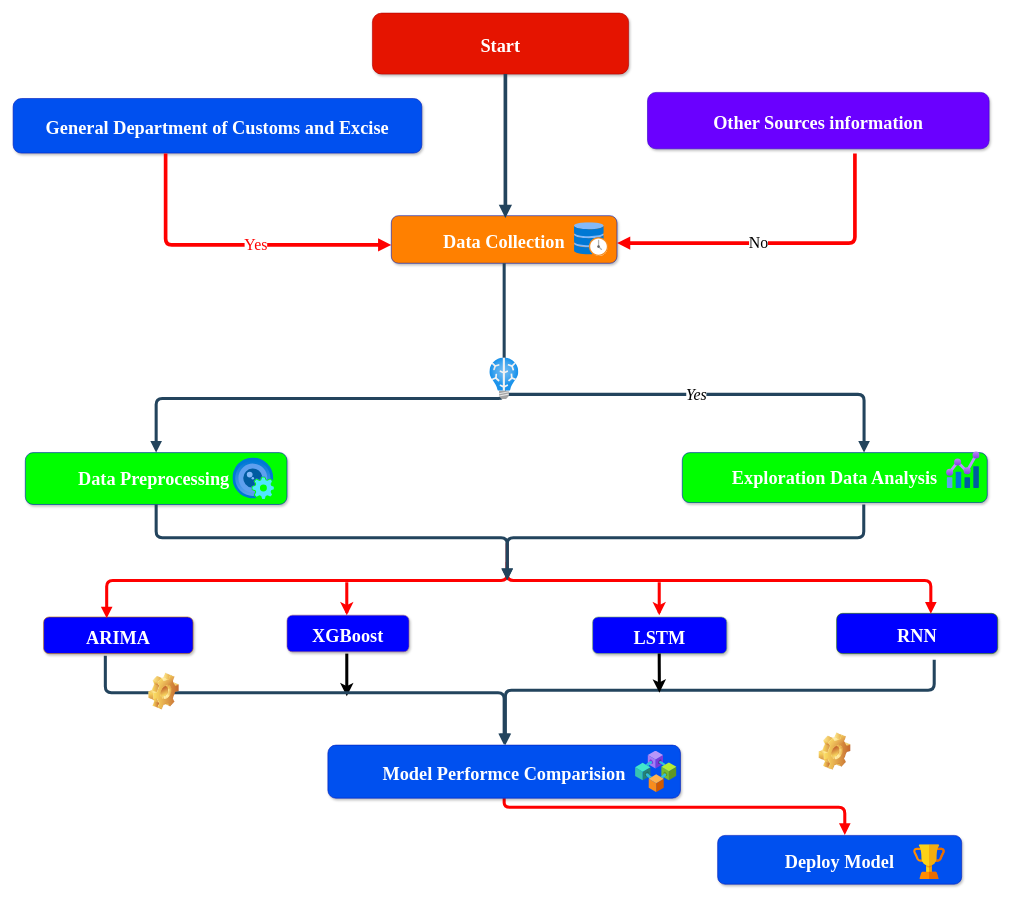
Danut168/Advertistiing-Bugdet-and-Sales keeps this draw.io diagram as page "Page-1" (1 of 3) of Untitled Diagram.drawio. Above is the earlier version. Source tidied: cells renumbered, new cells numbered last; positions are measured from the earlier drawing's top-left corner, leaving out a move shared by most shapes. Both pictures are drawn from the tidied source at 61%, with x=0, y=0 at pixel (13, 13).
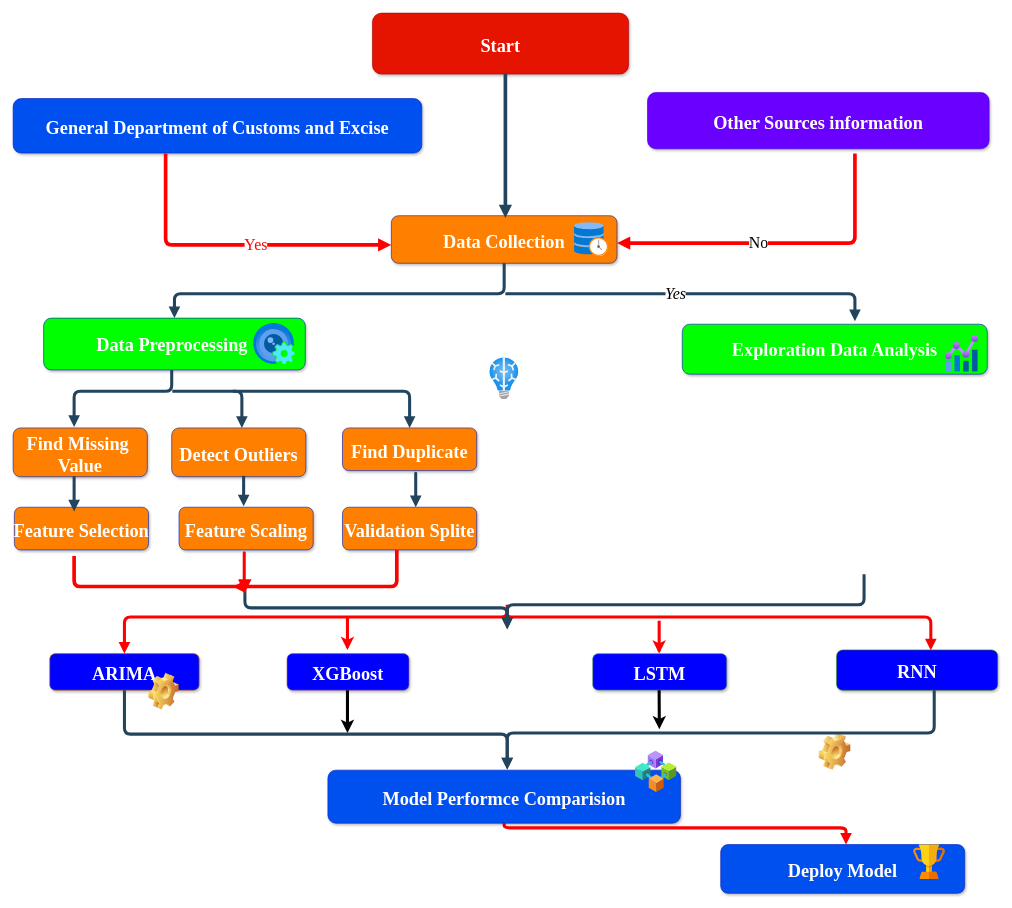
The same page after the edit.

The change refers to these unchanged cells:
```xml
<mxCell id="7" value="Data Collection" style="rounded=1;fillColor=#ff8000;strokeColor=#001DBC;shadow=1;fontStyle=1;fontColor=#ffffff;fontSize=30;fontFamily=Times New Roman;" parent="1" vertex="1">
  <mxGeometry x="620" y="332.1" width="370" height="78" as="geometry" />
</mxCell>
```

The edit, as a diff of the source:
```diff
@@
     <mxCell id="3" value="ARIMA" style="rounded=1;fillColor=#0000ff;strokeColor=#BD7000;shadow=1;fontStyle=1;fontColor=#ffffff;fontSize=30;fontFamily=Times New Roman;" parent="1" vertex="1">
-      <mxGeometry x="50" y="990" width="245" height="60" as="geometry" />
+      <mxGeometry x="60" y="1050" width="245" height="60" as="geometry" />
     </mxCell>
     <mxCell id="4" value="RNN" style="rounded=1;fillColor=#0000ff;strokeColor=#2D7600;shadow=1;fontStyle=1;fontColor=#ffffff;fontSize=30;fontFamily=Times New Roman;" parent="1" vertex="1">
-      <mxGeometry x="1350" y="984" width="264" height="66" as="geometry" />
+      <mxGeometry x="1350" y="1044" width="264" height="66" as="geometry" />
     </mxCell>
     <mxCell id="5" value="Deploy Model" style="rounded=1;fillColor=#0050ef;strokeColor=#001DBC;shadow=1;fontStyle=1;fontSize=30;fontFamily=Times New Roman;fontColor=#ffffff;" parent="1" vertex="1">
-      <mxGeometry x="1155" y="1348" width="400" height="80" as="geometry" />
+      <mxGeometry x="1160" y="1363" width="400" height="80" as="geometry" />
     </mxCell>
@@
-    <mxCell id="14" style="edgeStyle=elbowEdgeStyle;elbow=vertical;strokeWidth=5;endArrow=block;endFill=1;fontStyle=1;strokeColor=#ff0000;flowAnimation=1;entryX=0.422;entryY=0.035;entryDx=0;entryDy=0;entryPerimeter=0;" parent="1" edge="1" target="3">
+    <mxCell id="14" style="edgeStyle=elbowEdgeStyle;elbow=vertical;strokeWidth=5;endArrow=block;endFill=1;fontStyle=1;strokeColor=#ff0000;flowAnimation=1;entryX=0.5;entryY=0;entryDx=0;entryDy=0;" parent="1" edge="1" target="3">
       <mxGeometry x="22" y="165.5" as="geometry">
-        <mxPoint x="810" y="869" as="sourcePoint" />
+        <mxPoint x="810" y="970" as="sourcePoint" />
         <Array as="points">
-          <mxPoint x="480" y="930" />
+          <mxPoint x="500" y="990" />
         </Array>
       </mxGeometry>
     </mxCell>
     <mxCell id="15" style="edgeStyle=elbowEdgeStyle;elbow=vertical;strokeWidth=5;endArrow=block;endFill=1;fontStyle=1;strokeColor=#ff0000;flowAnimation=1;entryX=0.586;entryY=-0.009;entryDx=0;entryDy=0;entryPerimeter=0;exitX=0.5;exitY=1;exitDx=0;exitDy=0;" parent="1" edge="1" source="20">
       <mxGeometry x="22" y="165.5" as="geometry">
-        <mxPoint x="1363.4" y="1347.3" as="targetPoint" />
+        <mxPoint x="1365.4" y="1363" as="targetPoint" />
         <Array as="points">
-          <mxPoint x="913" y="1302" />
-          <mxPoint x="1034" y="1277" />
+          <mxPoint x="862" y="1335.7" />
+          <mxPoint x="915" y="1317.7" />
+          <mxPoint x="1036" y="1292.7" />
         </Array>
       </mxGeometry>
     </mxCell>
     <mxCell id="16" value="&lt;font style=&quot;font-size: 30px;&quot;&gt;Data Preprocessing&amp;nbsp;&lt;/font&gt;" style="whiteSpace=wrap;html=1;fontSize=25;fillColor=#00ff00;strokeColor=#001DBC;fontColor=#ffffff;rounded=1;shadow=1;fontStyle=1;fontFamily=Times New Roman;" parent="1" vertex="1">
-      <mxGeometry x="20" y="720.5" width="429" height="85" as="geometry" />
+      <mxGeometry x="50" y="500" width="429" height="85" as="geometry" />
     </mxCell>
     <mxCell id="17" value="XGBoost" style="rounded=1;fillColor=#0000ff;strokeColor=#996185;shadow=1;gradientColor=none;fontStyle=1;fontSize=30;fontFamily=Times New Roman;fontColor=#ffffff;" parent="1" vertex="1">
-      <mxGeometry x="449" y="987" width="200" height="60" as="geometry" />
+      <mxGeometry x="449" y="1050" width="200" height="60" as="geometry" />
     </mxCell>
     <mxCell id="18" value="LSTM" style="rounded=1;fillColor=#0000ff;strokeColor=#82b366;shadow=1;gradientColor=none;fontStyle=1;fontSize=30;fontFamily=Times New Roman;fontColor=#ffffff;" parent="1" vertex="1">
-      <mxGeometry x="950" y="990" width="220" height="60" as="geometry" />
+      <mxGeometry x="950" y="1050" width="220" height="60" as="geometry" />
     </mxCell>
     <mxCell id="19" style="edgeStyle=orthogonalEdgeStyle;rounded=0;orthogonalLoop=1;jettySize=auto;html=1;strokeWidth=5;flowAnimation=1;" parent="1" edge="1">
       <mxGeometry relative="1" as="geometry">
-        <mxPoint x="547" y="1050" as="sourcePoint" />
-        <mxPoint x="547" y="1120" as="targetPoint" />
+        <mxPoint x="548.1" y="1110" as="sourcePoint" />
+        <mxPoint x="548.1" y="1180" as="targetPoint" />
         <Array as="points">
-          <mxPoint x="547" y="1080" />
-          <mxPoint x="547" y="1080" />
+          <mxPoint x="548.1" y="1140" />
+          <mxPoint x="548.1" y="1140" />
         </Array>
       </mxGeometry>
     </mxCell>
     <mxCell id="20" value="Model Performce Comparision" style="rounded=1;fillColor=#0050ef;strokeColor=#001DBC;shadow=1;fontStyle=1;fontColor=#ffffff;fontSize=30;fontFamily=Times New Roman;" parent="1" vertex="1">
-      <mxGeometry x="516" y="1200" width="578" height="87" as="geometry" />
+      <mxGeometry x="516" y="1241" width="578" height="87" as="geometry" />
     </mxCell>
     <mxCell id="21" style="edgeStyle=elbowEdgeStyle;elbow=vertical;strokeWidth=5;endArrow=block;endFill=1;fontStyle=1;strokeColor=#ff0000;flowAnimation=1;entryX=0.585;entryY=0.01;entryDx=0;entryDy=0;entryPerimeter=0;" parent="1" edge="1" target="4">
       <mxGeometry x="22" y="165.5" as="geometry">
-        <mxPoint x="810" y="900" as="sourcePoint" />
+        <mxPoint x="810" y="980" as="sourcePoint" />
         <Array as="points">
-          <mxPoint x="1140" y="930" />
+          <mxPoint x="1160" y="990" />
         </Array>
       </mxGeometry>
     </mxCell>
     <mxCell id="22" style="edgeStyle=elbowEdgeStyle;elbow=vertical;strokeWidth=5;endArrow=block;endFill=1;fontStyle=1;strokeColor=#23445D;flowAnimation=1;exitX=0.5;exitY=1;exitDx=0;exitDy=0;entryX=0.5;entryY=0;entryDx=0;entryDy=0;" parent="1" edge="1" source="7" target="16">
       <mxGeometry x="22" y="165.5" as="geometry">
         <Array as="points">
-          <mxPoint x="713" y="631.8" />
+          <mxPoint x="540" y="460" />
         </Array>
       </mxGeometry>
     </mxCell>
     <mxCell id="23" value="&lt;font style=&quot;font-size: 30px;&quot;&gt;Exploration Data Analysis&lt;/font&gt;" style="whiteSpace=wrap;html=1;fontSize=25;fillColor=#00ff00;strokeColor=#001DBC;fontColor=#ffffff;rounded=1;shadow=1;fontStyle=1;fontFamily=Times New Roman;" parent="1" vertex="1">
-      <mxGeometry x="1097" y="720.5" width="500" height="82" as="geometry" />
+      <mxGeometry x="1097" y="510" width="500" height="82" as="geometry" />
     </mxCell>
-    <mxCell id="24" style="edgeStyle=elbowEdgeStyle;elbow=vertical;strokeWidth=5;endArrow=block;endFill=1;fontStyle=1;strokeColor=#23445D;flowAnimation=1;entryX=0.596;entryY=0;entryDx=0;entryDy=0;entryPerimeter=0;" parent="1" edge="1" target="23">
+    <mxCell id="24" style="edgeStyle=elbowEdgeStyle;elbow=vertical;strokeWidth=5;endArrow=block;endFill=1;fontStyle=1;strokeColor=#23445D;flowAnimation=1;" parent="1" edge="1">
       <mxGeometry x="22" y="165.5" as="geometry">
-        <mxPoint x="810" y="625" as="sourcePoint" />
+        <mxPoint x="807" y="460" as="sourcePoint" />
+        <mxPoint x="1380" y="505" as="targetPoint" />
         <Array as="points">
-          <mxPoint x="1107" y="625" />
+          <mxPoint x="1104" y="460" />
         </Array>
       </mxGeometry>
     </mxCell>
@@
-    <mxCell id="26" style="edgeStyle=elbowEdgeStyle;elbow=vertical;strokeWidth=5;endArrow=block;endFill=1;fontStyle=1;strokeColor=#23445D;flowAnimation=1;exitX=0.5;exitY=1;exitDx=0;exitDy=0;" parent="1" edge="1" source="16">
+    <mxCell id="26" style="edgeStyle=elbowEdgeStyle;elbow=vertical;strokeWidth=5;endArrow=block;endFill=1;fontStyle=1;strokeColor=#23445D;flowAnimation=1;" parent="1" edge="1">
       <mxGeometry x="22" y="165.5" as="geometry">
-        <mxPoint x="810" y="930" as="targetPoint" />
-        <Array as="points">
-          <mxPoint x="520" y="860" />
-        </Array>
+        <mxPoint x="380" y="940" as="sourcePoint" />
+        <mxPoint x="810" y="1010" as="targetPoint" />
       </mxGeometry>
     </mxCell>
-    <mxCell id="27" style="edgeStyle=elbowEdgeStyle;elbow=vertical;strokeWidth=5;endArrow=block;endFill=1;fontStyle=1;strokeColor=#23445D;flowAnimation=1;exitX=0.413;exitY=1.056;exitDx=0;exitDy=0;entryX=0.5;entryY=0;entryDx=0;entryDy=0;exitPerimeter=0;" parent="1" edge="1" source="3" target="20">
+    <mxCell id="27" style="edgeStyle=elbowEdgeStyle;elbow=vertical;strokeWidth=5;endArrow=block;endFill=1;fontStyle=1;strokeColor=#23445D;flowAnimation=1;exitX=0.5;exitY=1;exitDx=0;exitDy=0;" parent="1" edge="1" source="3">
       <mxGeometry x="22" y="165.5" as="geometry">
+        <mxPoint x="810" y="1240" as="targetPoint" />
         <Array as="points">
-          <mxPoint x="818" y="1114" />
-          <mxPoint x="652" y="1104" />
+          <mxPoint x="819.8" y="1182" />
+          <mxPoint x="653.8" y="1172" />
         </Array>
       </mxGeometry>
     </mxCell>
@@
-    <mxCell id="30" style="edgeStyle=elbowEdgeStyle;elbow=vertical;strokeWidth=5;endArrow=block;endFill=1;fontStyle=1;strokeColor=#23445D;flowAnimation=1;exitX=0.601;exitY=1.045;exitDx=0;exitDy=0;exitPerimeter=0;" parent="1" edge="1">
+    <mxCell id="30" style="edgeStyle=elbowEdgeStyle;elbow=vertical;strokeWidth=5;endArrow=block;endFill=1;fontStyle=1;strokeColor=#23445D;flowAnimation=1;" parent="1" edge="1">
       <mxGeometry x="22" y="165.5" as="geometry">
-        <mxPoint x="1394.5" y="805.5" as="sourcePoint" />
-        <mxPoint x="810" y="929" as="targetPoint" />
+        <mxPoint x="1395" y="920" as="sourcePoint" />
+        <mxPoint x="810" y="1010" as="targetPoint" />
         <Array as="points">
-          <mxPoint x="1100" y="860" />
+          <mxPoint x="1100" y="970" />
         </Array>
       </mxGeometry>
     </mxCell>
@@
     <mxCell id="33" style="image;html=1;align=center;fontSize=12;image=img/lib/azure2/management_governance/Metrics.svg;" parent="1" vertex="1">
-      <mxGeometry x="1530" y="715" width="54.8" height="68" as="geometry" />
+      <mxGeometry x="1527.9" y="524" width="54.8" height="68" as="geometry" />
     </mxCell>
@@
     <mxCell id="35" style="image;html=1;align=center;fontSize=12;image=img/lib/azure2/ai_machine_learning/Custom_Vision.svg;" parent="1" vertex="1">
-      <mxGeometry x="360" y="729" width="68" height="68" as="geometry" />
+      <mxGeometry x="394" y="508.5" width="68" height="68" as="geometry" />
     </mxCell>
@@
     <mxCell id="38" style="edgeStyle=elbowEdgeStyle;elbow=vertical;strokeWidth=5;endArrow=block;endFill=1;fontStyle=1;strokeColor=#23445D;flowAnimation=1;" parent="1" edge="1">
       <mxGeometry x="22" y="165.5" as="geometry">
-        <mxPoint x="1510" y="1060" as="sourcePoint" />
-        <mxPoint x="807" y="1200" as="targetPoint" />
+        <mxPoint x="1510" y="1110" as="sourcePoint" />
+        <mxPoint x="810" y="1240" as="targetPoint" />
         <Array as="points">
-          <mxPoint x="1130" y="1110" />
+          <mxPoint x="1160" y="1180" />
         </Array>
       </mxGeometry>
     </mxCell>
     <mxCell id="39" style="edgeStyle=orthogonalEdgeStyle;rounded=0;orthogonalLoop=1;jettySize=auto;html=1;strokeWidth=5;flowAnimation=1;" parent="1" edge="1">
       <mxGeometry relative="1" as="geometry">
-        <mxPoint x="1059.2" y="1050" as="sourcePoint" />
-        <mxPoint x="1059.5" y="1114" as="targetPoint" />
+        <mxPoint x="1059.1" y="1110" as="sourcePoint" />
+        <mxPoint x="1059.4" y="1174" as="targetPoint" />
         <Array as="points">
-          <mxPoint x="1059.5" y="1064" />
-          <mxPoint x="1059.5" y="1064" />
+          <mxPoint x="1059.4" y="1124" />
+          <mxPoint x="1059.4" y="1124" />
         </Array>
       </mxGeometry>
     </mxCell>
     <mxCell id="40" style="edgeStyle=orthogonalEdgeStyle;rounded=0;orthogonalLoop=1;jettySize=auto;html=1;strokeWidth=5;flowAnimation=1;strokeColor=#ff0000;" parent="1" edge="1">
       <mxGeometry relative="1" as="geometry">
-        <mxPoint x="1059.2" y="933" as="sourcePoint" />
-        <mxPoint x="1059.2" y="987" as="targetPoint" />
+        <mxPoint x="1059.1" y="996" as="sourcePoint" />
+        <mxPoint x="1059.1" y="1050" as="targetPoint" />
         <Array as="points">
-          <mxPoint x="1059.2" y="983" />
-          <mxPoint x="1059.2" y="983" />
+          <mxPoint x="1059.1" y="1046" />
+          <mxPoint x="1059.1" y="1046" />
         </Array>
       </mxGeometry>
     </mxCell>
     <mxCell id="41" style="edgeStyle=orthogonalEdgeStyle;rounded=0;orthogonalLoop=1;jettySize=auto;html=1;strokeWidth=5;flowAnimation=1;strokeColor=#ff0000;" parent="1" edge="1">
       <mxGeometry relative="1" as="geometry">
-        <mxPoint x="547" y="933" as="sourcePoint" />
-        <mxPoint x="547" y="987" as="targetPoint" />
+        <mxPoint x="548.1" y="990" as="sourcePoint" />
+        <mxPoint x="548.1" y="1044" as="targetPoint" />
         <Array as="points">
-          <mxPoint x="547" y="983" />
-          <mxPoint x="547" y="983" />
+          <mxPoint x="548.1" y="1040" />
+          <mxPoint x="548.1" y="1040" />
         </Array>
       </mxGeometry>
     </mxCell>
+    <mxCell id="42" style="edgeStyle=elbowEdgeStyle;elbow=vertical;strokeWidth=5;endArrow=block;endFill=1;fontStyle=1;strokeColor=#23445D;flowAnimation=1;" parent="1" edge="1">
+      <mxGeometry x="22" y="165.5" as="geometry">
+        <mxPoint x="260" y="585" as="sourcePoint" />
+        <mxPoint x="100" y="678.5" as="targetPoint" />
+        <Array as="points">
+          <mxPoint x="180" y="620" />
+        </Array>
+      </mxGeometry>
+    </mxCell>
+    <mxCell id="43" style="edgeStyle=elbowEdgeStyle;elbow=vertical;strokeWidth=5;endArrow=block;endFill=1;fontStyle=1;strokeColor=#23445D;flowAnimation=1;entryX=0.5;entryY=0;entryDx=0;entryDy=0;" parent="1" edge="1">
+      <mxGeometry x="22" y="165.5" as="geometry">
+        <mxPoint x="261" y="620" as="sourcePoint" />
+        <mxPoint x="375" y="680" as="targetPoint" />
+        <Array as="points">
+          <mxPoint x="405" y="620" />
+        </Array>
+      </mxGeometry>
+    </mxCell>
+    <mxCell id="44" value="Feature Selection" style="rounded=1;fillColor=#ff8000;strokeColor=#001DBC;shadow=1;fontStyle=1;fontColor=#ffffff;fontSize=30;fontFamily=Times New Roman;" parent="1" vertex="1">
+      <mxGeometry x="2" y="810" width="220" height="70" as="geometry" />
+    </mxCell>
+    <mxCell id="45" value="Detect Outliers" style="rounded=1;fillColor=#ff8000;strokeColor=#001DBC;shadow=1;fontStyle=1;fontColor=#ffffff;fontSize=30;fontFamily=Times New Roman;" parent="1" vertex="1">
+      <mxGeometry x="260" y="680" width="220" height="80" as="geometry" />
+    </mxCell>
+    <mxCell id="46" style="edgeStyle=elbowEdgeStyle;elbow=vertical;strokeWidth=5;endArrow=block;endFill=1;fontStyle=1;strokeColor=#23445D;flowAnimation=1;entryX=0.5;entryY=0;entryDx=0;entryDy=0;" parent="1" edge="1" target="47">
+      <mxGeometry x="22" y="165.5" as="geometry">
+        <mxPoint x="360" y="620" as="sourcePoint" />
+        <Array as="points">
+          <mxPoint x="657" y="620" />
+        </Array>
+      </mxGeometry>
+    </mxCell>
+    <mxCell id="47" value="Find Duplicate" style="rounded=1;fillColor=#ff8000;strokeColor=#001DBC;shadow=1;fontStyle=1;fontColor=#ffffff;fontSize=30;fontFamily=Times New Roman;" parent="1" vertex="1">
+      <mxGeometry x="540" y="680" width="220" height="70" as="geometry" />
+    </mxCell>
+    <mxCell id="48" value="Find Missing &#10;Value" style="rounded=1;fillColor=#ff8000;strokeColor=#001DBC;shadow=1;fontStyle=1;fontColor=#ffffff;fontSize=30;fontFamily=Times New Roman;" parent="1" vertex="1">
+      <mxGeometry y="680" width="220" height="80" as="geometry" />
+    </mxCell>
+    <mxCell id="49" value="Feature Scaling" style="rounded=1;fillColor=#ff8000;strokeColor=#001DBC;shadow=1;fontStyle=1;fontColor=#ffffff;fontSize=30;fontFamily=Times New Roman;" parent="1" vertex="1">
+      <mxGeometry x="272" y="810" width="220" height="70" as="geometry" />
+    </mxCell>
+    <mxCell id="50" value="Validation Splite" style="rounded=1;fillColor=#ff8000;strokeColor=#001DBC;shadow=1;fontStyle=1;fontColor=#ffffff;fontSize=30;fontFamily=Times New Roman;" parent="1" vertex="1">
+      <mxGeometry x="540" y="810" width="220" height="70" as="geometry" />
+    </mxCell>
+    <mxCell id="51" style="edgeStyle=elbowEdgeStyle;elbow=vertical;strokeWidth=5;endArrow=block;endFill=1;fontStyle=1;strokeColor=#23445D;flowAnimation=1;" parent="1" edge="1">
+      <mxGeometry x="22" y="165.5" as="geometry">
+        <mxPoint x="100" y="767" as="sourcePoint" />
+        <mxPoint x="100" y="817" as="targetPoint" />
+        <Array as="points">
+          <mxPoint x="180" y="758.5" />
+        </Array>
+      </mxGeometry>
+    </mxCell>
+    <mxCell id="52" style="edgeStyle=elbowEdgeStyle;elbow=vertical;strokeWidth=5;endArrow=block;endFill=1;fontStyle=1;strokeColor=#23445D;flowAnimation=1;" parent="1" edge="1">
+      <mxGeometry x="22" y="165.5" as="geometry">
+        <mxPoint x="377.9" y="758.5" as="sourcePoint" />
+        <mxPoint x="377.9" y="808.5" as="targetPoint" />
+      </mxGeometry>
+    </mxCell>
+    <mxCell id="53" style="edgeStyle=elbowEdgeStyle;elbow=vertical;strokeWidth=5;endArrow=block;endFill=1;fontStyle=1;strokeColor=#23445D;flowAnimation=1;" parent="1" edge="1">
+      <mxGeometry x="22" y="165.5" as="geometry">
+        <mxPoint x="660" y="760" as="sourcePoint" />
+        <mxPoint x="660" y="810" as="targetPoint" />
+        <Array as="points">
+          <mxPoint x="740" y="751.5" />
+        </Array>
+      </mxGeometry>
+    </mxCell>
+    <mxCell id="54" style="edgeStyle=elbowEdgeStyle;elbow=vertical;strokeWidth=6;endArrow=block;endFill=1;fontStyle=1;strokeColor=#ff0000;flowAnimation=1;shadow=0;textShadow=0;" parent="1" edge="1">
+      <mxGeometry x="22" y="165.5" as="geometry">
+        <mxPoint x="100" y="890" as="sourcePoint" />
+        <mxPoint x="380" y="950" as="targetPoint" />
+        <Array as="points">
+          <mxPoint x="230" y="940" />
+          <mxPoint x="410" y="1043" />
+          <mxPoint x="662" y="1150" />
+        </Array>
+      </mxGeometry>
+    </mxCell>
+    <mxCell id="55" style="edgeStyle=elbowEdgeStyle;elbow=vertical;strokeWidth=5;endArrow=block;endFill=1;fontStyle=1;strokeColor=#ff0000;flowAnimation=1;" parent="1" edge="1">
+      <mxGeometry x="22" y="165.5" as="geometry">
+        <mxPoint x="378.9" y="898.5" as="sourcePoint" />
+        <mxPoint x="378.9" y="948.5" as="targetPoint" />
+        <Array as="points">
+          <mxPoint x="380" y="880" />
+        </Array>
+      </mxGeometry>
+    </mxCell>
+    <mxCell id="56" style="edgeStyle=elbowEdgeStyle;elbow=vertical;strokeWidth=6;endArrow=block;endFill=1;fontStyle=1;strokeColor=#ff0000;flowAnimation=1;fillColor=#0050ef;exitX=0.5;exitY=1;exitDx=0;exitDy=0;" parent="1" edge="1">
+      <mxGeometry x="22" y="165.5" as="geometry">
+        <mxPoint x="629" y="880" as="sourcePoint" />
+        <mxPoint x="360" y="940" as="targetPoint" />
+        <Array as="points">
+          <mxPoint x="599" y="940" />
+        </Array>
+      </mxGeometry>
+    </mxCell>
```
